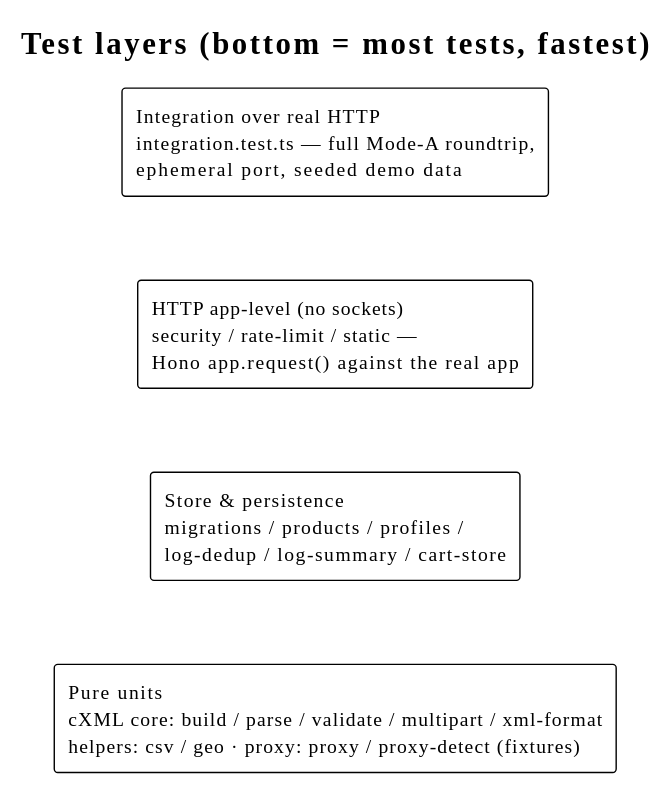
Before: docs/diagrams/test-layers.svg, a diagram exported from PlantUML (slawomir-szostak/punchout-simulator). Source of this version:
```plantuml
@startuml
!theme plain
title Test layers (bottom = most tests, fastest)

rectangle "Integration over real HTTP\nintegration.test.ts — full Mode-A roundtrip,\nephemeral port, seeded demo data" as L4
rectangle "HTTP app-level (no sockets)\nsecurity / rate-limit / static —\nHono app.request() against the real app" as L3
rectangle "Store & persistence\nmigrations / products / profiles /\nlog-dedup / log-summary / cart-store" as L2
rectangle "Pure units\ncXML core: build / parse / validate / multipart / xml-format\nhelpers: csv / geo · proxy: proxy / proxy-detect (fixtures)" as L1

L4 -[hidden]down- L3
L3 -[hidden]down- L2
L2 -[hidden]down- L1
@enduml
```
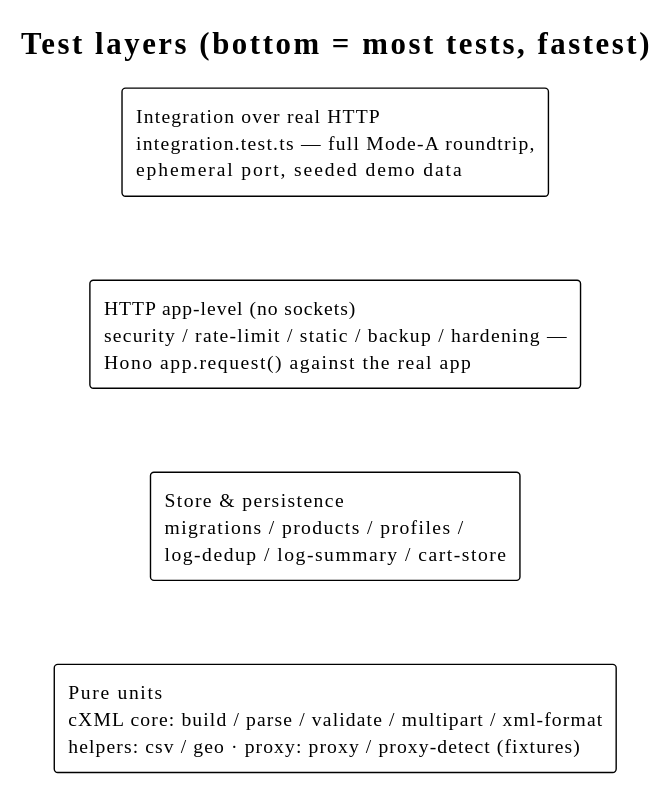
Later version of the same file.

What changed in the source:
```diff
@@ -3,7 +3,7 @@
 title Test layers (bottom = most tests, fastest)
 
 rectangle "Integration over real HTTP\nintegration.test.ts — full Mode-A roundtrip,\nephemeral port, seeded demo data" as L4
-rectangle "HTTP app-level (no sockets)\nsecurity / rate-limit / static —\nHono app.request() against the real app" as L3
+rectangle "HTTP app-level (no sockets)\nsecurity / rate-limit / static / backup / hardening —\nHono app.request() against the real app" as L3
 rectangle "Store & persistence\nmigrations / products / profiles /\nlog-dedup / log-summary / cart-store" as L2
 rectangle "Pure units\ncXML core: build / parse / validate / multipart / xml-format\nhelpers: csv / geo · proxy: proxy / proxy-detect (fixtures)" as L1
 
```
